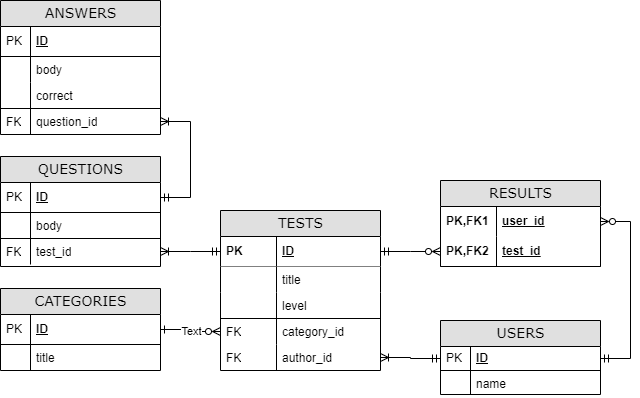
The draw.io diagram public/Untitled Diagram.drawio.png in skvortsovvg/TestGuru, before a commit. Source tidied: cells renumbered, new cells last; positions are measured from the earlier drawing's top-left corner, leaving out a move shared by most shapes. The source it was exported from:
```xml
<mxGraphModel>
  <root>
    <mxCell id="0" />
    <mxCell id="1" parent="0" />
    <mxCell id="2" value="TESTS" style="swimlane;html=1;fontStyle=0;horizontal=1;startSize=26;fillColor=#e0e0e0;swimlaneFillColor=#ffffff;align=center;rounded=0;shadow=0;comic=0;labelBackgroundColor=none;strokeWidth=1;fontFamily=Verdana;fontSize=14;" parent="1" vertex="1">
      <mxGeometry x="220" y="210" width="160" height="160" as="geometry" />
    </mxCell>
    <mxCell id="3" value="ID" style="shape=partialRectangle;top=0;left=0;right=0;bottom=1;html=1;align=left;verticalAlign=middle;fillColor=none;spacingLeft=60;spacingRight=4;whiteSpace=wrap;overflow=hidden;points=[[0,0.5],[1,0.5]];portConstraint=eastwest;fontStyle=5;shadow=0;sketch=0;" parent="2" vertex="1">
      <mxGeometry y="26" width="160" height="30" as="geometry" />
    </mxCell>
    <mxCell id="4" value="PK" style="shape=partialRectangle;fontStyle=1;top=0;left=0;bottom=0;html=1;fillColor=none;align=left;verticalAlign=middle;spacingLeft=4;spacingRight=4;whiteSpace=wrap;overflow=hidden;" parent="3" vertex="1">
      <mxGeometry width="56" height="30" as="geometry" />
    </mxCell>
    <mxCell id="5" value="title" style="shape=partialRectangle;top=0;left=1;right=1;bottom=0;html=1;align=left;verticalAlign=top;fillColor=default;spacingLeft=60;spacingRight=4;whiteSpace=wrap;overflow=hidden;strokeColor=default;" parent="2" vertex="1">
      <mxGeometry y="56" width="160" height="26" as="geometry" />
    </mxCell>
    <mxCell id="6" style="shape=partialRectangle;top=0;left=0;bottom=0;html=1;fillColor=none;align=left;verticalAlign=top;spacingLeft=4;spacingRight=4;whiteSpace=wrap;overflow=hidden;" parent="5" vertex="1">
      <mxGeometry width="56" height="26" as="geometry" />
    </mxCell>
    <mxCell id="7" value="level" style="shape=partialRectangle;top=0;left=0;right=0;bottom=1;html=1;align=left;verticalAlign=top;fillColor=none;spacingLeft=60;spacingRight=4;whiteSpace=wrap;overflow=hidden;" parent="2" vertex="1">
      <mxGeometry y="82" width="160" height="26" as="geometry" />
    </mxCell>
    <mxCell id="8" style="shape=partialRectangle;top=0;left=0;bottom=0;html=1;fillColor=none;align=left;verticalAlign=top;spacingLeft=4;spacingRight=4;whiteSpace=wrap;overflow=hidden;" parent="7" vertex="1">
      <mxGeometry width="56" height="26" as="geometry" />
    </mxCell>
    <mxCell id="9" value="category_id" style="shape=partialRectangle;top=0;left=0;right=0;bottom=0;html=1;align=left;verticalAlign=top;fillColor=none;spacingLeft=60;spacingRight=4;whiteSpace=wrap;overflow=hidden;points=[[0,0.5],[1,0.5]];portConstraint=eastwest;" parent="2" vertex="1">
      <mxGeometry y="108" width="160" height="26" as="geometry" />
    </mxCell>
    <mxCell id="10" value="FK" style="shape=partialRectangle;top=0;left=0;bottom=0;html=1;fillColor=none;align=left;verticalAlign=top;spacingLeft=4;spacingRight=4;whiteSpace=wrap;overflow=hidden;" parent="9" vertex="1">
      <mxGeometry width="56" height="26" as="geometry" />
    </mxCell>
    <mxCell id="11" value="author_id" style="shape=partialRectangle;top=0;left=0;right=0;bottom=0;html=1;align=left;verticalAlign=top;fillColor=none;spacingLeft=60;spacingRight=4;whiteSpace=wrap;overflow=hidden;points=[[0,0.5],[1,0.5]];portConstraint=eastwest;" parent="2" vertex="1">
      <mxGeometry y="134" width="160" height="26" as="geometry" />
    </mxCell>
    <mxCell id="12" value="FK" style="shape=partialRectangle;top=0;left=0;bottom=0;html=1;fillColor=none;align=left;verticalAlign=top;spacingLeft=4;spacingRight=4;whiteSpace=wrap;overflow=hidden;" parent="11" vertex="1">
      <mxGeometry width="56" height="26" as="geometry" />
    </mxCell>
    <mxCell id="13" value="USERS" style="swimlane;html=1;fontStyle=0;horizontal=1;startSize=26;fillColor=#e0e0e0;swimlaneFillColor=#ffffff;align=center;rounded=0;shadow=0;comic=0;labelBackgroundColor=none;strokeWidth=1;fontFamily=Verdana;fontSize=14;swimlaneLine=1;" parent="1" vertex="1">
      <mxGeometry x="440" y="320" width="160" height="74" as="geometry" />
    </mxCell>
    <mxCell id="14" value="ID" style="shape=partialRectangle;top=0;left=0;right=0;bottom=1;html=1;align=left;verticalAlign=middle;fillColor=none;spacingLeft=34;spacingRight=4;whiteSpace=wrap;overflow=hidden;points=[[0,0.5],[1,0.5]];portConstraint=eastwest;fontStyle=5;" parent="13" vertex="1">
      <mxGeometry y="26" width="160" height="24" as="geometry" />
    </mxCell>
    <mxCell id="15" value="PK" style="shape=partialRectangle;top=0;left=0;bottom=0;html=1;fillColor=none;align=left;verticalAlign=middle;spacingLeft=4;spacingRight=4;whiteSpace=wrap;overflow=hidden;" parent="14" vertex="1">
      <mxGeometry width="30" height="24" as="geometry" />
    </mxCell>
    <mxCell id="16" value="name" style="shape=partialRectangle;top=0;left=0;right=0;bottom=0;html=1;align=left;verticalAlign=top;fillColor=none;spacingLeft=34;spacingRight=4;whiteSpace=wrap;overflow=hidden;" parent="13" vertex="1">
      <mxGeometry y="50" width="160" height="24" as="geometry" />
    </mxCell>
    <mxCell id="17" style="shape=partialRectangle;top=0;left=0;bottom=0;html=1;fillColor=none;align=left;verticalAlign=top;spacingLeft=4;spacingRight=4;whiteSpace=wrap;overflow=hidden;" parent="16" vertex="1">
      <mxGeometry width="30" height="24" as="geometry" />
    </mxCell>
    <mxCell id="18" value="QUESTIONS" style="swimlane;html=1;fontStyle=0;horizontal=1;startSize=26;fillColor=#e0e0e0;swimlaneFillColor=#ffffff;align=center;rounded=0;shadow=0;comic=0;labelBackgroundColor=none;strokeWidth=1;fontFamily=Verdana;fontSize=14;" parent="1" vertex="1">
      <mxGeometry y="156" width="160" height="110" as="geometry" />
    </mxCell>
    <mxCell id="19" value="ID" style="shape=partialRectangle;top=0;left=0;right=0;bottom=1;html=1;align=left;verticalAlign=middle;fillColor=none;spacingLeft=34;spacingRight=4;whiteSpace=wrap;overflow=hidden;points=[[0,0.5],[1,0.5]];portConstraint=eastwest;fontStyle=5;" parent="18" vertex="1">
      <mxGeometry y="26" width="160" height="30" as="geometry" />
    </mxCell>
    <mxCell id="20" value="PK" style="shape=partialRectangle;top=0;left=0;bottom=0;html=1;fillColor=none;align=left;verticalAlign=middle;spacingLeft=4;spacingRight=4;whiteSpace=wrap;overflow=hidden;" parent="19" vertex="1">
      <mxGeometry width="30" height="30" as="geometry" />
    </mxCell>
    <mxCell id="21" value="body" style="shape=partialRectangle;top=0;left=0;right=0;bottom=0;html=1;align=left;verticalAlign=top;fillColor=none;spacingLeft=34;spacingRight=4;whiteSpace=wrap;overflow=hidden;" parent="18" vertex="1">
      <mxGeometry y="56" width="160" height="26" as="geometry" />
    </mxCell>
    <mxCell id="22" style="shape=partialRectangle;top=0;left=0;bottom=0;html=1;fillColor=none;align=left;verticalAlign=top;spacingLeft=4;spacingRight=4;whiteSpace=wrap;overflow=hidden;" parent="21" vertex="1">
      <mxGeometry width="30" height="26" as="geometry" />
    </mxCell>
    <mxCell id="23" value="test_id" style="shape=partialRectangle;top=1;left=0;right=0;bottom=0;html=1;align=left;verticalAlign=top;fillColor=none;spacingLeft=34;spacingRight=4;whiteSpace=wrap;overflow=hidden;points=[[0,0.5],[1,0.5]];portConstraint=eastwest;" parent="18" vertex="1">
      <mxGeometry y="82" width="160" height="26" as="geometry" />
    </mxCell>
    <mxCell id="24" value="FK" style="shape=partialRectangle;top=0;left=0;bottom=0;html=1;fillColor=none;align=left;verticalAlign=top;spacingLeft=4;spacingRight=4;whiteSpace=wrap;overflow=hidden;" parent="23" vertex="1">
      <mxGeometry width="30" height="26" as="geometry" />
    </mxCell>
    <mxCell id="25" value="ANSWERS" style="swimlane;html=1;fontStyle=0;horizontal=1;startSize=26;fillColor=#e0e0e0;swimlaneFillColor=#ffffff;align=center;rounded=0;shadow=0;comic=0;labelBackgroundColor=none;strokeWidth=1;fontFamily=Verdana;fontSize=14;" parent="1" vertex="1">
      <mxGeometry width="160" height="134" as="geometry" />
    </mxCell>
    <mxCell id="26" value="ID" style="shape=partialRectangle;top=0;left=0;right=0;bottom=1;html=1;align=left;verticalAlign=middle;fillColor=none;spacingLeft=34;spacingRight=4;whiteSpace=wrap;overflow=hidden;fontStyle=5;" parent="25" vertex="1">
      <mxGeometry y="26" width="160" height="30" as="geometry" />
    </mxCell>
    <mxCell id="27" value="PK" style="shape=partialRectangle;top=0;left=0;bottom=0;html=1;fillColor=none;align=left;verticalAlign=middle;spacingLeft=4;spacingRight=4;whiteSpace=wrap;overflow=hidden;" parent="26" vertex="1">
      <mxGeometry width="30" height="30" as="geometry" />
    </mxCell>
    <mxCell id="28" value="body" style="shape=partialRectangle;top=0;left=0;right=0;bottom=0;html=1;align=left;verticalAlign=top;fillColor=none;spacingLeft=34;spacingRight=4;whiteSpace=wrap;overflow=hidden;" parent="25" vertex="1">
      <mxGeometry y="56" width="160" height="26" as="geometry" />
    </mxCell>
    <mxCell id="29" style="shape=partialRectangle;top=0;left=0;bottom=0;html=1;fillColor=none;align=left;verticalAlign=top;spacingLeft=4;spacingRight=4;whiteSpace=wrap;overflow=hidden;" parent="28" vertex="1">
      <mxGeometry width="30" height="26" as="geometry" />
    </mxCell>
    <mxCell id="30" value="correct&lt;br&gt;" style="shape=partialRectangle;top=0;left=0;right=0;bottom=0;html=1;align=left;verticalAlign=top;fillColor=none;spacingLeft=34;spacingRight=4;whiteSpace=wrap;overflow=hidden;" parent="25" vertex="1">
      <mxGeometry y="82" width="160" height="26" as="geometry" />
    </mxCell>
    <mxCell id="31" style="shape=partialRectangle;top=0;left=0;bottom=0;html=1;fillColor=none;align=left;verticalAlign=top;spacingLeft=4;spacingRight=4;whiteSpace=wrap;overflow=hidden;" parent="30" vertex="1">
      <mxGeometry width="30" height="26" as="geometry" />
    </mxCell>
    <mxCell id="32" value="question_id" style="shape=partialRectangle;top=1;left=0;right=0;bottom=0;html=1;align=left;verticalAlign=top;fillColor=none;spacingLeft=34;spacingRight=4;whiteSpace=wrap;overflow=hidden;points=[[0,0.5],[1,0.5]];portConstraint=eastwest;" parent="25" vertex="1">
      <mxGeometry y="108" width="160" height="26" as="geometry" />
    </mxCell>
    <mxCell id="33" value="FK" style="shape=partialRectangle;top=0;left=0;bottom=0;html=1;fillColor=none;align=left;verticalAlign=top;spacingLeft=4;spacingRight=4;whiteSpace=wrap;overflow=hidden;" parent="32" vertex="1">
      <mxGeometry width="30" height="26" as="geometry" />
    </mxCell>
    <mxCell id="34" value="RESULTS" style="swimlane;html=1;fontStyle=0;horizontal=1;startSize=26;fillColor=#e0e0e0;swimlaneFillColor=#ffffff;align=center;rounded=0;shadow=0;comic=0;labelBackgroundColor=none;strokeWidth=1;fontFamily=Verdana;fontSize=14;" parent="1" vertex="1">
      <mxGeometry x="440" y="180" width="160" height="86" as="geometry" />
    </mxCell>
    <mxCell id="35" value="user_id" style="shape=partialRectangle;top=0;left=0;right=0;bottom=0;html=1;align=left;verticalAlign=middle;fillColor=none;spacingLeft=60;spacingRight=4;whiteSpace=wrap;overflow=hidden;points=[[0,0.5],[1,0.5]];portConstraint=eastwest;fontStyle=5;" parent="34" vertex="1">
      <mxGeometry y="26" width="160" height="30" as="geometry" />
    </mxCell>
    <mxCell id="36" value="PK,FK1" style="shape=partialRectangle;fontStyle=1;top=0;left=0;bottom=0;html=1;fillColor=none;align=left;verticalAlign=middle;spacingLeft=4;spacingRight=4;whiteSpace=wrap;overflow=hidden;" parent="35" vertex="1">
      <mxGeometry width="56" height="30" as="geometry" />
    </mxCell>
    <mxCell id="37" value="test_id" style="shape=partialRectangle;top=0;left=0;right=0;bottom=1;html=1;align=left;verticalAlign=middle;fillColor=none;spacingLeft=60;spacingRight=4;whiteSpace=wrap;overflow=hidden;points=[[0,0.5],[1,0.5]];portConstraint=eastwest;fontStyle=5;" parent="34" vertex="1">
      <mxGeometry y="56" width="160" height="30" as="geometry" />
    </mxCell>
    <mxCell id="38" value="PK,FK2" style="shape=partialRectangle;fontStyle=1;top=0;left=0;bottom=0;html=1;fillColor=none;align=left;verticalAlign=middle;spacingLeft=4;spacingRight=4;whiteSpace=wrap;overflow=hidden;" parent="37" vertex="1">
      <mxGeometry width="56" height="30" as="geometry" />
    </mxCell>
    <mxCell id="39" value="CATEGORIES" style="swimlane;html=1;fontStyle=0;horizontal=1;startSize=26;fillColor=#e0e0e0;swimlaneFillColor=#ffffff;align=center;rounded=0;shadow=0;comic=0;labelBackgroundColor=none;strokeWidth=1;fontFamily=Verdana;fontSize=14;" parent="1" vertex="1">
      <mxGeometry y="288" width="160" height="82" as="geometry" />
    </mxCell>
    <mxCell id="40" value="ID" style="shape=partialRectangle;top=0;left=0;right=0;bottom=1;html=1;align=left;verticalAlign=middle;fillColor=none;spacingLeft=34;spacingRight=4;whiteSpace=wrap;overflow=hidden;points=[[0,0.5],[1,0.5]];portConstraint=eastwest;fontStyle=5;" parent="39" vertex="1">
      <mxGeometry y="26" width="160" height="30" as="geometry" />
    </mxCell>
    <mxCell id="41" value="PK" style="shape=partialRectangle;top=0;left=0;bottom=0;html=1;fillColor=none;align=left;verticalAlign=middle;spacingLeft=4;spacingRight=4;whiteSpace=wrap;overflow=hidden;" parent="40" vertex="1">
      <mxGeometry width="30" height="30" as="geometry" />
    </mxCell>
    <mxCell id="42" value="title" style="shape=partialRectangle;top=0;left=0;right=0;bottom=0;html=1;align=left;verticalAlign=top;fillColor=none;spacingLeft=34;spacingRight=4;whiteSpace=wrap;overflow=hidden;" parent="39" vertex="1">
      <mxGeometry y="56" width="160" height="26" as="geometry" />
    </mxCell>
    <mxCell id="43" style="shape=partialRectangle;top=0;left=0;bottom=0;html=1;fillColor=none;align=left;verticalAlign=top;spacingLeft=4;spacingRight=4;whiteSpace=wrap;overflow=hidden;" parent="42" vertex="1">
      <mxGeometry width="30" height="26" as="geometry" />
    </mxCell>
    <mxCell id="44" style="edgeStyle=entityRelationEdgeStyle;fontSize=12;html=1;endArrow=ERmandOne;startArrow=ERzeroToMany;rounded=0;startFill=0;endFill=0;" parent="1" edge="1" source="35" target="14">
      <mxGeometry relative="1" as="geometry" />
    </mxCell>
    <mxCell id="45" style="edgeStyle=entityRelationEdgeStyle;fontSize=12;html=1;endArrow=ERoneToMany;rounded=0;startArrow=ERmandOne;startFill=0;" parent="1" edge="1" source="14" target="11">
      <mxGeometry relative="1" as="geometry" />
    </mxCell>
    <mxCell id="46" style="edgeStyle=entityRelationEdgeStyle;fontSize=12;html=1;endArrow=ERzeroToMany;rounded=0;startArrow=ERone;startFill=0;endFill=0;" parent="1" edge="1" source="40" target="9">
      <mxGeometry relative="1" as="geometry" />
    </mxCell>
    <mxCell id="47" value="Text" style="edgeLabel;html=1;align=center;verticalAlign=middle;" parent="46" vertex="1">
      <mxGeometry x="-0.01" relative="1" as="geometry" />
    </mxCell>
    <mxCell id="48" style="edgeStyle=entityRelationEdgeStyle;fontSize=12;html=1;endArrow=ERoneToMany;rounded=0;endFill=0;startArrow=ERmandOne;startFill=0;" parent="1" edge="1" source="3" target="23">
      <mxGeometry relative="1" as="geometry" />
    </mxCell>
    <mxCell id="49" style="edgeStyle=entityRelationEdgeStyle;fontSize=12;html=1;endArrow=ERzeroToMany;startArrow=ERmandOne;rounded=0;endFill=0;startFill=0;" parent="1" edge="1" source="3" target="37">
      <mxGeometry relative="1" as="geometry" />
    </mxCell>
    <mxCell id="50" style="edgeStyle=entityRelationEdgeStyle;fontSize=12;html=1;endArrow=ERoneToMany;rounded=0;endFill=0;startArrow=ERmandOne;startFill=0;" parent="1" edge="1" source="19" target="32">
      <mxGeometry relative="1" as="geometry" />
    </mxCell>
  </root>
</mxGraphModel>
```
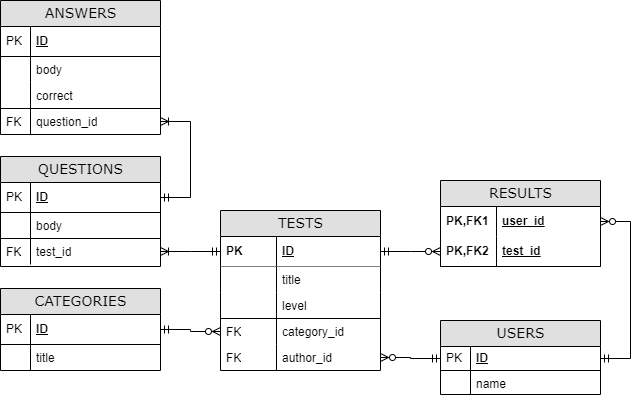
After the commit.

What changed in the source:
```diff
@@ -131,15 +131,12 @@
     <mxCell id="44" style="edgeStyle=entityRelationEdgeStyle;fontSize=12;html=1;endArrow=ERmandOne;startArrow=ERzeroToMany;rounded=0;startFill=0;endFill=0;" parent="1" edge="1" source="35" target="14">
       <mxGeometry relative="1" as="geometry" />
     </mxCell>
-    <mxCell id="45" style="edgeStyle=entityRelationEdgeStyle;fontSize=12;html=1;endArrow=ERoneToMany;rounded=0;startArrow=ERmandOne;startFill=0;" parent="1" edge="1" source="14" target="11">
+    <mxCell id="45" style="edgeStyle=entityRelationEdgeStyle;fontSize=12;html=1;endArrow=ERzeroToMany;rounded=0;startArrow=ERmandOne;startFill=0;endFill=0;" parent="1" edge="1" source="14" target="11">
       <mxGeometry relative="1" as="geometry" />
     </mxCell>
-    <mxCell id="46" style="edgeStyle=entityRelationEdgeStyle;fontSize=12;html=1;endArrow=ERzeroToMany;rounded=0;startArrow=ERone;startFill=0;endFill=0;" parent="1" edge="1" source="40" target="9">
+    <mxCell id="46" style="edgeStyle=entityRelationEdgeStyle;fontSize=12;html=1;endArrow=ERzeroToMany;rounded=0;startArrow=ERmandOne;startFill=0;endFill=0;" parent="1" edge="1" source="40" target="9">
       <mxGeometry relative="1" as="geometry" />
     </mxCell>
-    <mxCell id="47" value="Text" style="edgeLabel;html=1;align=center;verticalAlign=middle;" parent="46" vertex="1">
-      <mxGeometry x="-0.01" relative="1" as="geometry" />
-    </mxCell>
     <mxCell id="48" style="edgeStyle=entityRelationEdgeStyle;fontSize=12;html=1;endArrow=ERoneToMany;rounded=0;endFill=0;startArrow=ERmandOne;startFill=0;" parent="1" edge="1" source="3" target="23">
       <mxGeometry relative="1" as="geometry" />
     </mxCell>
```
